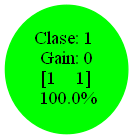
The Graphviz diagram test_output/gain_ratio.png in AlejandroFNadal/ia_decision_trees, before a commit. Its source is kept beside it as test_output/gain_ratio.dot.
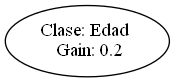
The same diagram one commit later.

Change to the diagram source:
```diff
@@ -1,6 +1,4 @@
 digraph {
-	0 [label="Clase: 1
- Gain: 0
- [1    1]
- 100.0%" color=green style=filled]
+	0 [label="Clase: Edad
+ Gain: 0.2"]
 }
```
